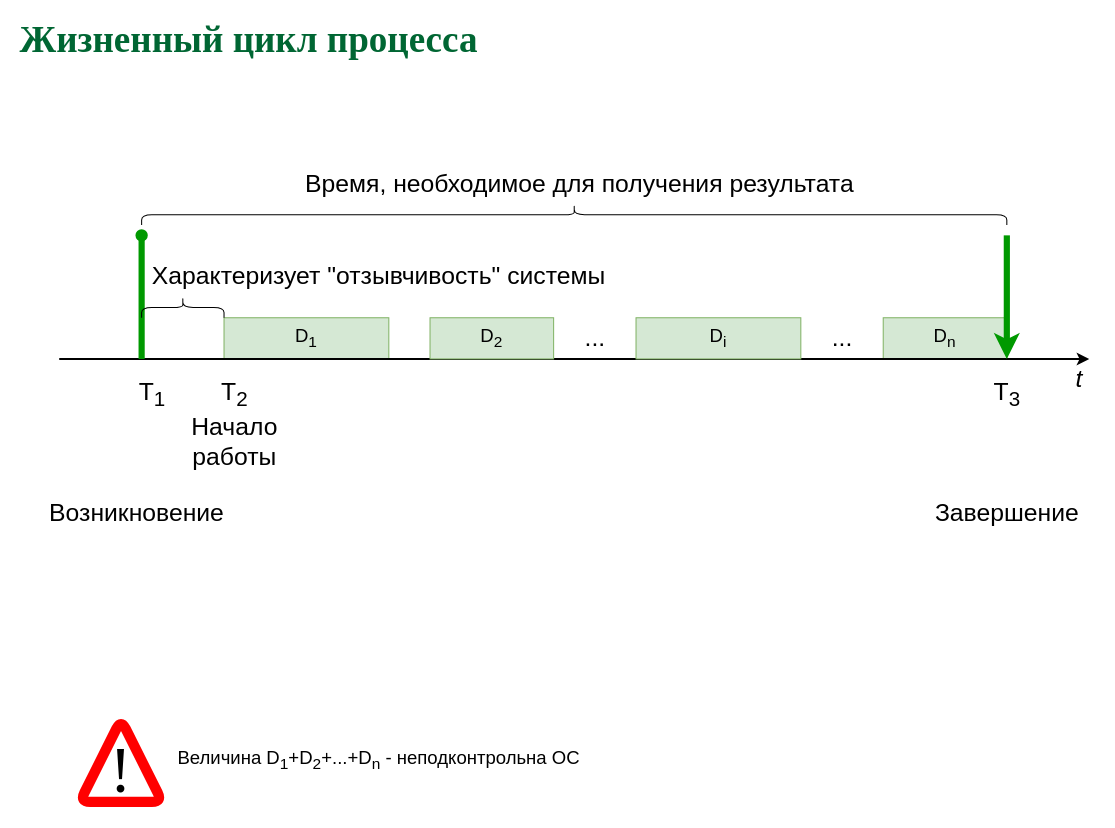
The draw.io diagram page "ProcLife" (1 of 7) of slides/sched.drawio in 77maxikov/os_course, before the edit. Source tidied: cells renumbered, new cells numbered last; positions are measured from the earlier drawing's top-left corner, leaving out a move shared by most shapes. Both pictures are drawn from the tidied source at 103%, with x=0, y=0 at pixel (18, 29).
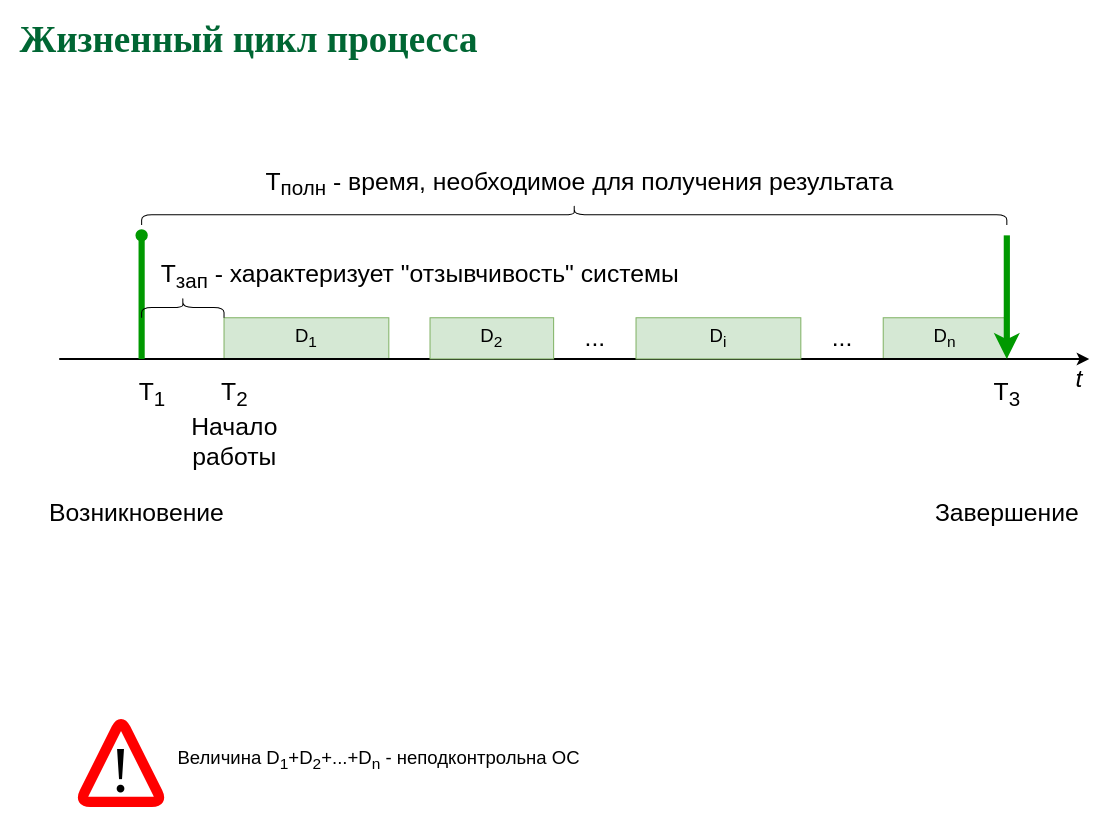
The same page after the edit.

Change to the diagram source:
```diff
@@
-    <mxCell id="23" value="&lt;span style=&quot;font-size: 24px&quot;&gt;Время, необходимое для получения результата&lt;/span&gt;" style="text;html=1;align=center;verticalAlign=middle;" parent="1" vertex="1">
-      <mxGeometry x="270" y="140" width="550" height="20" as="geometry" />
+    <mxCell id="23" value="&lt;font style=&quot;font-size: 24px&quot;&gt;Т&lt;sub&gt;полн&lt;/sub&gt;&amp;nbsp;&lt;/font&gt;&lt;span style=&quot;font-size: 24px&quot;&gt;- время, необходимое для получения результата&lt;/span&gt;" style="text;html=1;align=center;verticalAlign=middle;" parent="1" vertex="1">
+      <mxGeometry x="230" y="135" width="630" height="30" as="geometry" />
     </mxCell>
@@
-    <mxCell id="25" value="&lt;span style=&quot;font-size: 24px&quot;&gt;Характеризует &quot;отзывчивость&quot; системы&lt;/span&gt;" style="text;html=1;align=center;verticalAlign=middle;" parent="1" vertex="1">
-      <mxGeometry x="120" y="230" width="460" height="20" as="geometry" />
+    <mxCell id="25" value="&lt;font style=&quot;font-size: 24px&quot;&gt;Т&lt;sub&gt;зап&lt;/sub&gt;&amp;nbsp;&lt;/font&gt;&lt;span style=&quot;font-size: 24px&quot;&gt;- характеризует &quot;отзывчивость&quot; системы&lt;/span&gt;" style="text;html=1;align=center;verticalAlign=middle;" parent="1" vertex="1">
+      <mxGeometry x="130" y="225" width="520" height="30" as="geometry" />
     </mxCell>
```
